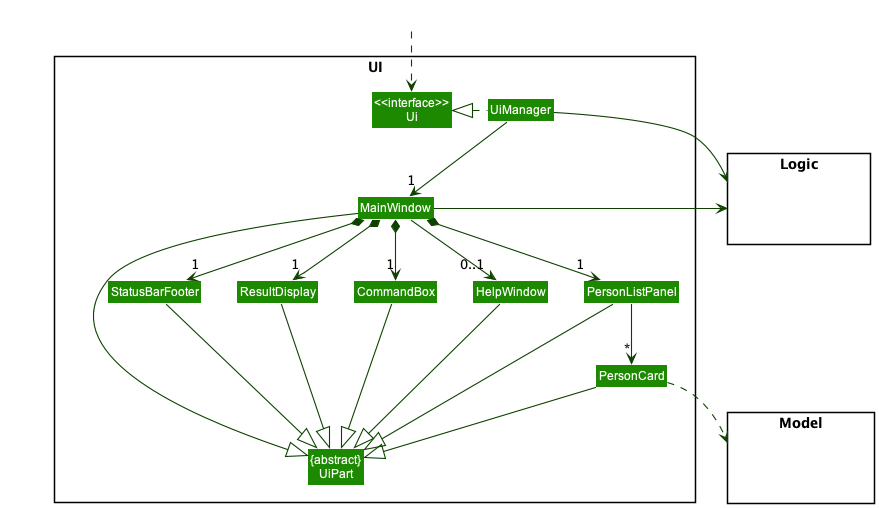
The PlantUML diagram docs/images/UiClassDiagram.png in nus-cs2103-AY2223S1/tp, before a commit.
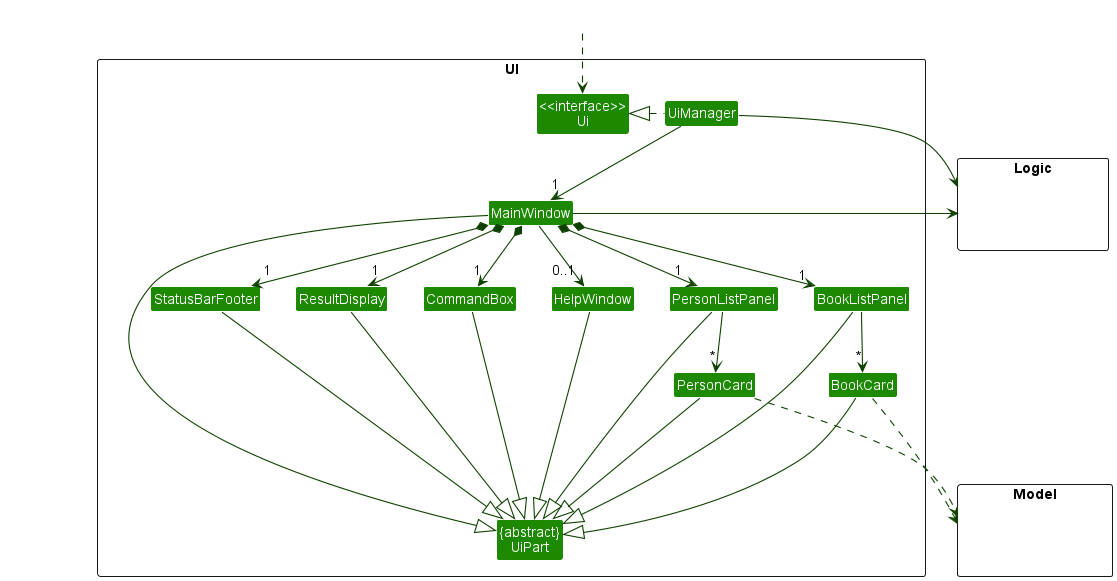
The same file after the commit.

Diff of the diagram source:
```diff
@@ -12,7 +12,9 @@
 Class HelpWindow
 Class ResultDisplay
 Class PersonListPanel
+Class BookListPanel
 Class PersonCard
+Class BookCard
 Class StatusBarFooter
 Class CommandBox
 }
@@ -33,21 +35,26 @@
 MainWindow *-down->  "1" CommandBox
 MainWindow *-down-> "1" ResultDisplay
 MainWindow *-down-> "1" PersonListPanel
+MainWindow *-down-> "1" BookListPanel
 MainWindow *-down-> "1" StatusBarFooter
 MainWindow --> "0..1" HelpWindow
 
 PersonListPanel -down-> "*" PersonCard
+BookListPanel -down-> "*" BookCard
 
 MainWindow -left-|> UiPart
 
 ResultDisplay --|> UiPart
 CommandBox --|> UiPart
 PersonListPanel --|> UiPart
-PersonCard --|> UiPart
+BookListPanel --|> UiPart
+PersonCard ---|> UiPart
+BookCard ---|> UiPart
 StatusBarFooter --|> UiPart
 HelpWindow --|> UiPart
 
-PersonCard ..> Model
+PersonCard ...> Model
+BookCard ..> Model
 UiManager -right-> Logic
 MainWindow -left-> Logic
 
```
